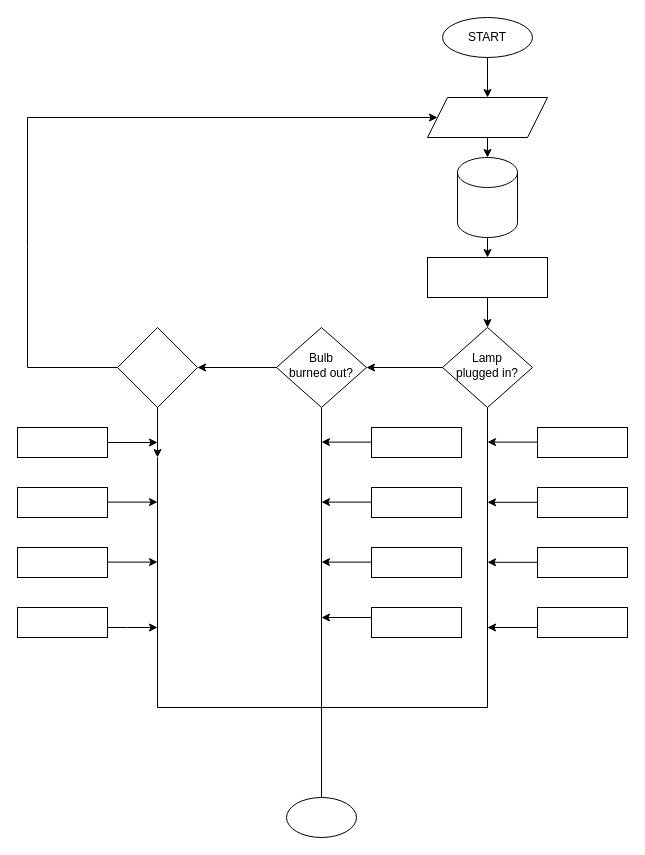
Earlier version of the draw.io diagram aluminapp flowchart.drawio (Badigribz/alumniapp). Source tidied: cells renumbered, new cells numbered last; positions are measured from the earlier drawing's top-left corner, leaving out a move shared by most shapes. Both pictures are drawn from the tidied source at 100%, with x=0, y=0 at pixel (17, 17).
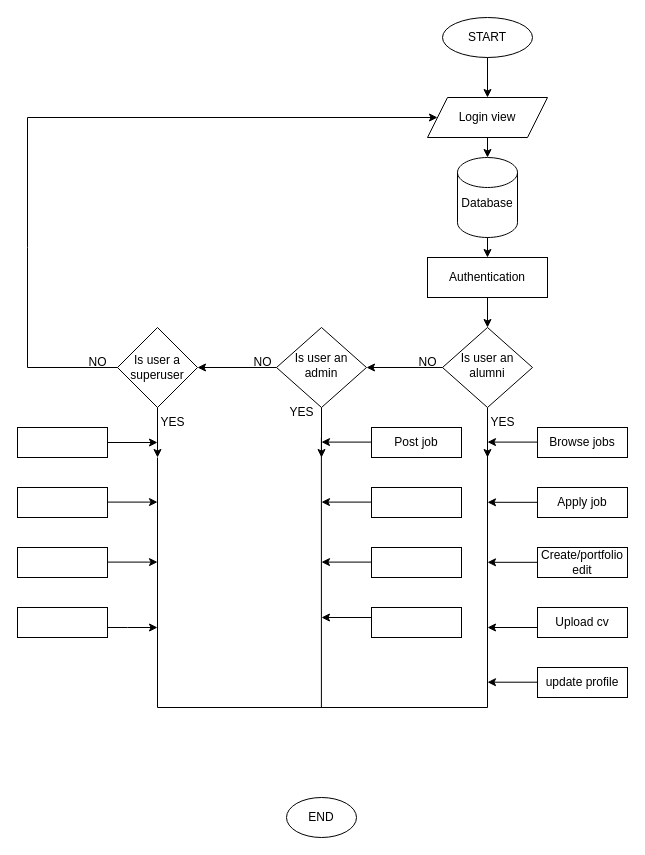
The same page after the edit.

Change to the diagram source:
```diff
@@
-    <mxCell id="2" value="Lamp&lt;br&gt;plugged in?" style="rhombus;whiteSpace=wrap;html=1;shadow=0;fontFamily=Helvetica;fontSize=12;align=center;strokeWidth=1;spacing=6;spacingTop=-4;" parent="1" vertex="1">
+    <mxCell id="2" value="Is user an alumni" style="rhombus;whiteSpace=wrap;html=1;shadow=0;fontFamily=Helvetica;fontSize=12;align=center;strokeWidth=1;spacing=6;spacingTop=-4;" parent="1" vertex="1">
       <mxGeometry x="425" y="310" width="90" height="80" as="geometry" />
     </mxCell>
@@
-    <mxCell id="4" value="Bulb&lt;br&gt;burned out?" style="rhombus;whiteSpace=wrap;html=1;shadow=0;fontFamily=Helvetica;fontSize=12;align=center;strokeWidth=1;spacing=6;spacingTop=-4;" parent="1" vertex="1">
+    <mxCell id="4" value="Is user an admin" style="rhombus;whiteSpace=wrap;html=1;shadow=0;fontFamily=Helvetica;fontSize=12;align=center;strokeWidth=1;spacing=6;spacingTop=-4;" parent="1" vertex="1">
       <mxGeometry x="259" y="310" width="90" height="80" as="geometry" />
     </mxCell>
-    <mxCell id="5" style="shape=parallelogram;perimeter=parallelogramPerimeter;whiteSpace=wrap;html=1;fixedSize=1;" parent="1" vertex="1">
+    <mxCell id="5" value="Login view" style="shape=parallelogram;perimeter=parallelogramPerimeter;whiteSpace=wrap;html=1;fixedSize=1;" parent="1" vertex="1">
       <mxGeometry x="410" y="80" width="120" height="40" as="geometry" />
     </mxCell>
@@
-    <mxCell id="7" style="shape=cylinder3;whiteSpace=wrap;html=1;boundedLbl=1;backgroundOutline=1;size=15;" parent="1" vertex="1">
+    <mxCell id="7" value="Database&lt;div&gt;&lt;br&gt;&lt;/div&gt;" style="shape=cylinder3;whiteSpace=wrap;html=1;boundedLbl=1;backgroundOutline=1;size=15;" parent="1" vertex="1">
       <mxGeometry x="440" y="140" width="60" height="80" as="geometry" />
     </mxCell>
@@
-    <mxCell id="9" style="rounded=0;whiteSpace=wrap;html=1;" parent="1" vertex="1">
+    <mxCell id="9" value="Authentication" style="rounded=0;whiteSpace=wrap;html=1;" parent="1" vertex="1">
       <mxGeometry x="410" y="240" width="120" height="40" as="geometry" />
     </mxCell>
-    <mxCell id="10" style="rhombus;whiteSpace=wrap;html=1;" parent="1" vertex="1">
+    <mxCell id="10" value="Is user a superuser" style="rhombus;whiteSpace=wrap;html=1;" parent="1" vertex="1">
       <mxGeometry x="100" y="310" width="80" height="80" as="geometry" />
     </mxCell>
@@
-    <mxCell id="12" style="ellipse;whiteSpace=wrap;html=1;" parent="1" vertex="1">
+    <mxCell id="12" value="END" style="ellipse;whiteSpace=wrap;html=1;" parent="1" vertex="1">
       <mxGeometry x="269" y="780" width="70" height="40" as="geometry" />
     </mxCell>
@@
-    <mxCell id="17" style="endArrow=none;html=1;rounded=0;entryX=0.5;entryY=1;entryDx=0;entryDy=0;" parent="1" edge="1" target="2">
-      <mxGeometry relative="1" as="geometry">
-        <mxPoint x="464" y="690" as="sourcePoint" />
-        <Array as="points">
-          <mxPoint x="470" y="690" />
-        </Array>
-      </mxGeometry>
-    </mxCell>
-    <mxCell id="18" style="rounded=0;whiteSpace=wrap;html=1;" parent="1" vertex="1">
+    <mxCell id="18" value="Browse jobs" style="rounded=0;whiteSpace=wrap;html=1;" parent="1" vertex="1">
       <mxGeometry x="520" y="410" width="90" height="30" as="geometry" />
     </mxCell>
-    <mxCell id="19" style="rounded=0;whiteSpace=wrap;html=1;" parent="1" vertex="1">
+    <mxCell id="19" value="Apply job" style="rounded=0;whiteSpace=wrap;html=1;" parent="1" vertex="1">
       <mxGeometry x="520" y="470" width="90" height="30" as="geometry" />
     </mxCell>
-    <mxCell id="20" style="rounded=0;whiteSpace=wrap;html=1;" parent="1" vertex="1">
+    <mxCell id="20" value="Create/portfolio edit" style="rounded=0;whiteSpace=wrap;html=1;" parent="1" vertex="1">
       <mxGeometry x="520" y="530" width="90" height="30" as="geometry" />
     </mxCell>
-    <mxCell id="21" style="rounded=0;whiteSpace=wrap;html=1;" parent="1" vertex="1">
+    <mxCell id="21" value="Upload cv" style="rounded=0;whiteSpace=wrap;html=1;" parent="1" vertex="1">
       <mxGeometry x="520" y="590" width="90" height="30" as="geometry" />
     </mxCell>
-    <mxCell id="22" style="rounded=0;whiteSpace=wrap;html=1;" parent="1" vertex="1">
+    <mxCell id="22" value="Post job" style="rounded=0;whiteSpace=wrap;html=1;" parent="1" vertex="1">
       <mxGeometry x="354" y="410" width="90" height="30" as="geometry" />
     </mxCell>
@@
-    <mxCell id="44" style="endArrow=none;html=1;rounded=0;entryX=0.5;entryY=1;entryDx=0;entryDy=0;" parent="1" edge="1" target="4">
-      <mxGeometry relative="1" as="geometry">
-        <mxPoint x="304" y="780" as="sourcePoint" />
-      </mxGeometry>
-    </mxCell>
@@
+    <mxCell id="47" value="YES" style="text;html=1;align=center;verticalAlign=middle;strokeColor=none;fillColor=none;" parent="1" vertex="1">
+      <mxGeometry x="130" y="390" width="50" height="30" as="geometry" />
+    </mxCell>
+    <mxCell id="48" value="YES" style="text;html=1;align=center;verticalAlign=middle;strokeColor=none;fillColor=none;" parent="1" vertex="1">
+      <mxGeometry x="259" y="380" width="50" height="30" as="geometry" />
+    </mxCell>
+    <mxCell id="49" value="YES" style="text;html=1;align=center;verticalAlign=middle;strokeColor=none;fillColor=none;" parent="1" vertex="1">
+      <mxGeometry x="460" y="390" width="50" height="30" as="geometry" />
+    </mxCell>
+    <mxCell id="50" value="NO" style="text;html=1;align=center;verticalAlign=middle;strokeColor=none;fillColor=none;" parent="1" vertex="1">
+      <mxGeometry x="60" y="330" width="40" height="30" as="geometry" />
+    </mxCell>
+    <mxCell id="51" value="NO" style="text;html=1;align=center;verticalAlign=middle;strokeColor=none;fillColor=none;" parent="1" vertex="1">
+      <mxGeometry x="225" y="330" width="40" height="30" as="geometry" />
+    </mxCell>
+    <mxCell id="52" value="NO" style="text;html=1;align=center;verticalAlign=middle;strokeColor=none;fillColor=none;" parent="1" vertex="1">
+      <mxGeometry x="390" y="330" width="40" height="30" as="geometry" />
+    </mxCell>
+    <mxCell id="53" style="endArrow=classic;html=1;rounded=0;exitX=0.5;exitY=1;exitDx=0;exitDy=0;" parent="1" edge="1" source="4">
+      <mxGeometry relative="1" as="geometry">
+        <mxPoint x="304" y="440" as="targetPoint" />
+      </mxGeometry>
+    </mxCell>
+    <mxCell id="54" style="endArrow=none;html=1;rounded=0;" parent="1" edge="1">
+      <mxGeometry relative="1" as="geometry">
+        <mxPoint x="303.9" y="690" as="sourcePoint" />
+        <mxPoint x="303.9" y="420" as="targetPoint" />
+      </mxGeometry>
+    </mxCell>
+    <mxCell id="55" style="endArrow=classic;html=1;rounded=0;exitX=0.2;exitY=0.013;exitDx=0;exitDy=0;exitPerimeter=0;" parent="1" edge="1">
+      <mxGeometry relative="1" as="geometry">
+        <mxPoint x="470" y="390.2" as="sourcePoint" />
+        <mxPoint x="470" y="440" as="targetPoint" />
+      </mxGeometry>
+    </mxCell>
+    <mxCell id="56" style="endArrow=none;html=1;rounded=0;" parent="1" edge="1">
+      <mxGeometry relative="1" as="geometry">
+        <mxPoint x="470" y="690" as="sourcePoint" />
+        <mxPoint x="470" y="430" as="targetPoint" />
+      </mxGeometry>
+    </mxCell>
+    <mxCell id="57" value="update profile" style="rounded=0;whiteSpace=wrap;html=1;" parent="1" vertex="1">
+      <mxGeometry x="520" y="650" width="90" height="30" as="geometry" />
+    </mxCell>
+    <mxCell id="58" style="endArrow=classic;html=1;rounded=0;exitX=1;exitY=0.5;exitDx=0;exitDy=0;" parent="1" edge="1">
+      <mxGeometry relative="1" as="geometry">
+        <mxPoint x="520" y="664.7" as="sourcePoint" />
+        <mxPoint x="470" y="664.7" as="targetPoint" />
+      </mxGeometry>
+    </mxCell>
```
